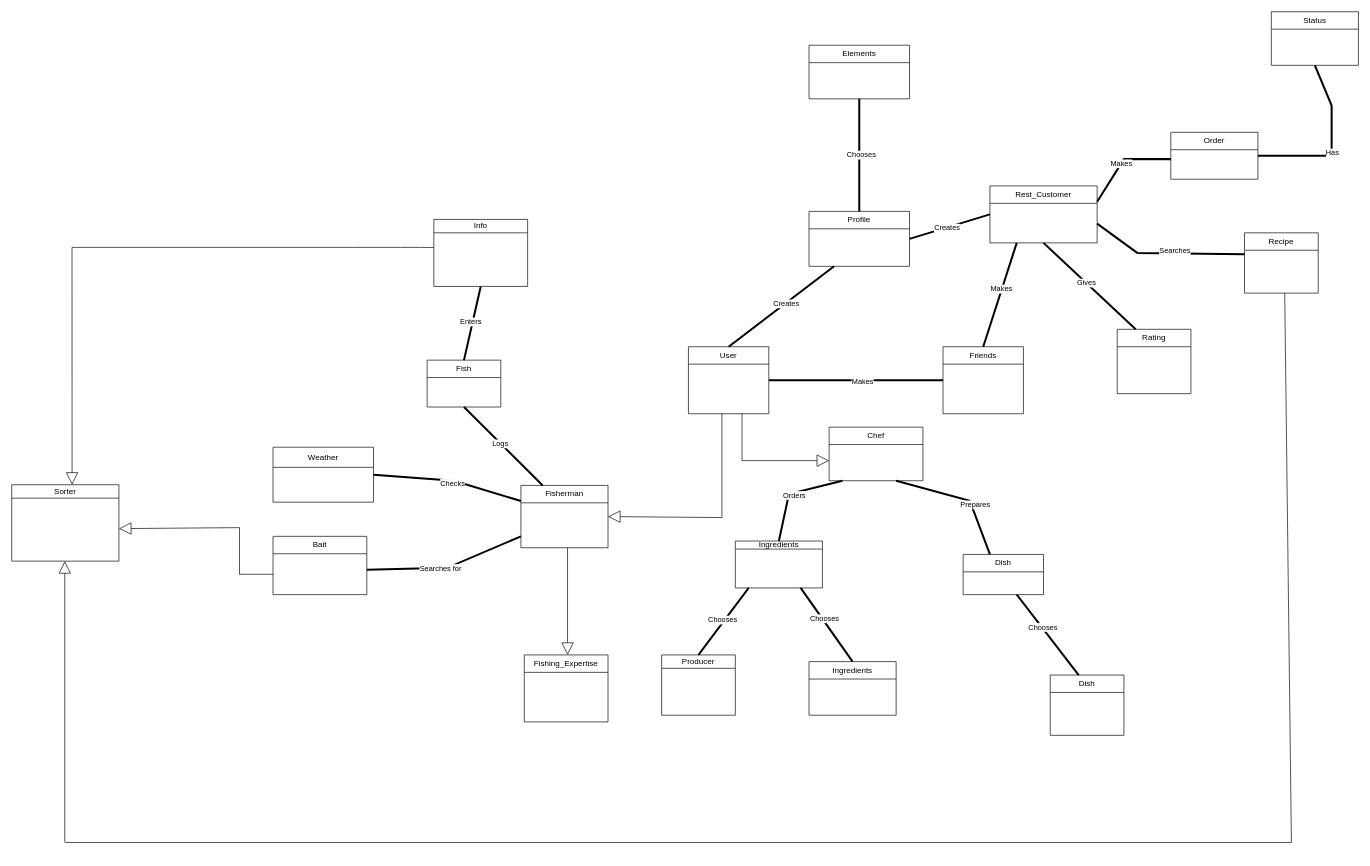
Before: final domain model.drawio in TMCEID/SoftEngFishApp, a draw.io diagram. Source tidied: cells renumbered, new cells numbered last; positions are measured from the earlier drawing's top-left corner, leaving out a move shared by most shapes. Both pictures are drawn from the tidied source at 67%, with x=0, y=0 at pixel (11, 11).
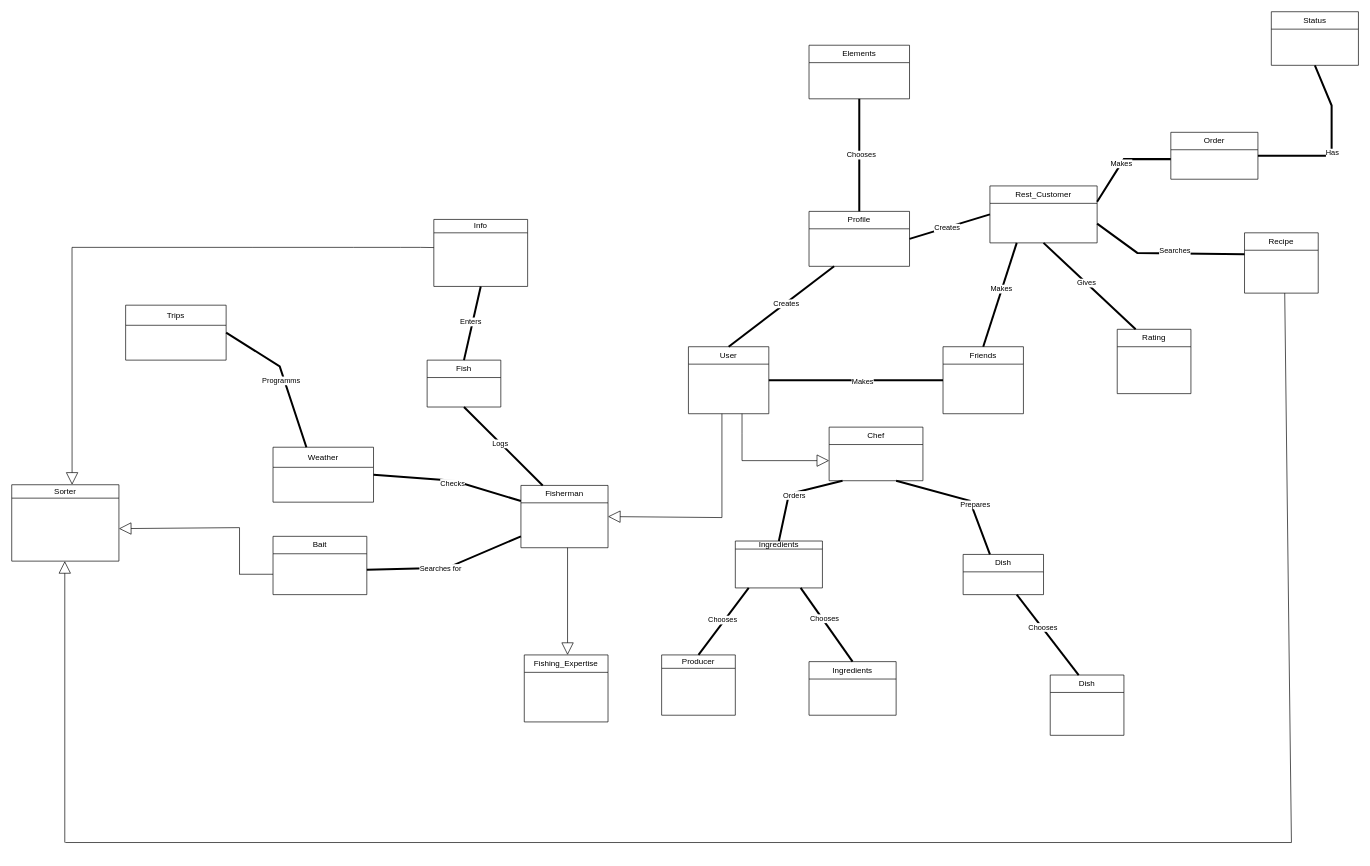
Above is the later version.

The change refers to these unchanged cells:
```xml
<mxCell id="11" value="Weather" style="swimlane;fontStyle=0;horizontal=1;startSize=30;fillColor=none;whiteSpace=wrap;html=1;" parent="1" vertex="1">
  <mxGeometry x="390" y="650" width="150" height="82" as="geometry" />
</mxCell>
```

What changed in the source:
```diff
@@
+    <mxCell id="70" value="Trips" style="swimlane;fontStyle=0;horizontal=1;startSize=30;fillColor=none;whiteSpace=wrap;html=1;" parent="1" vertex="1">
+      <mxGeometry x="170" y="438" width="150" height="82" as="geometry" />
+    </mxCell>
+    <mxCell id="71" style="endArrow=none;startArrow=none;endFill=0;startFill=0;endSize=8;html=1;verticalAlign=bottom;labelBackgroundColor=none;strokeWidth=3;rounded=0;entryX=0.332;entryY=0;entryDx=0;entryDy=0;exitX=1;exitY=0.5;exitDx=0;exitDy=0;entryPerimeter=0;" parent="1" edge="1" source="70" target="11">
+      <mxGeometry relative="1" as="geometry">
+        <Array as="points">
+          <mxPoint x="400" y="529.3" />
+        </Array>
+      </mxGeometry>
+    </mxCell>
+    <mxCell id="72" value="Programms" style="edgeLabel;html=1;align=center;verticalAlign=middle;" parent="71" vertex="1">
+      <mxGeometry x="0.05" y="-5" relative="1" as="geometry">
+        <mxPoint y="-1" as="offset" />
+      </mxGeometry>
+    </mxCell>
```
